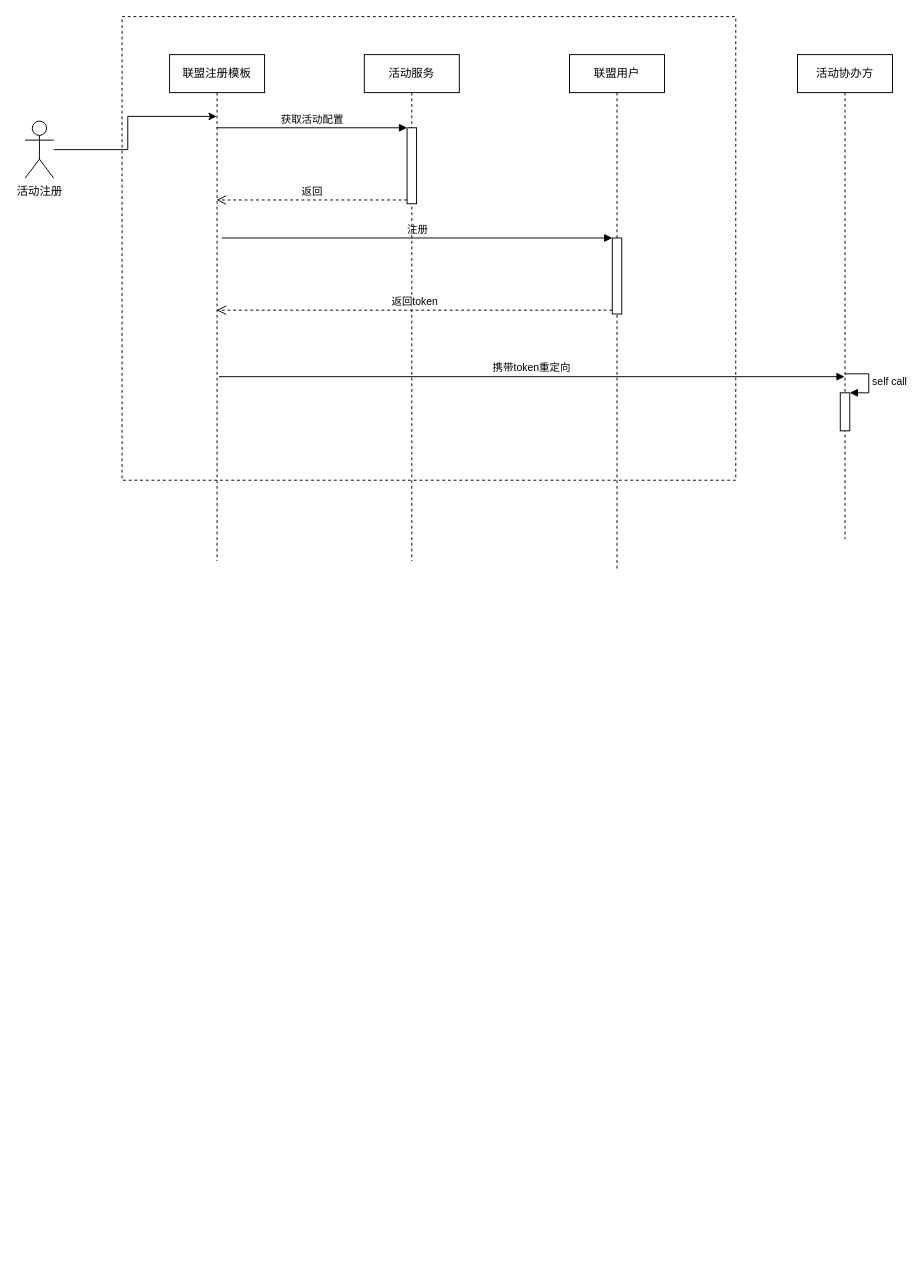
Earlier version of the draw.io diagram partner integretion.drawio (wuqh/draw). Source tidied: cells renumbered, new cells numbered last; positions are measured from the earlier drawing's top-left corner, leaving out a move shared by most shapes. Both pictures are drawn from the tidied source at 95%, with x=0, y=0 at pixel (25, 16).
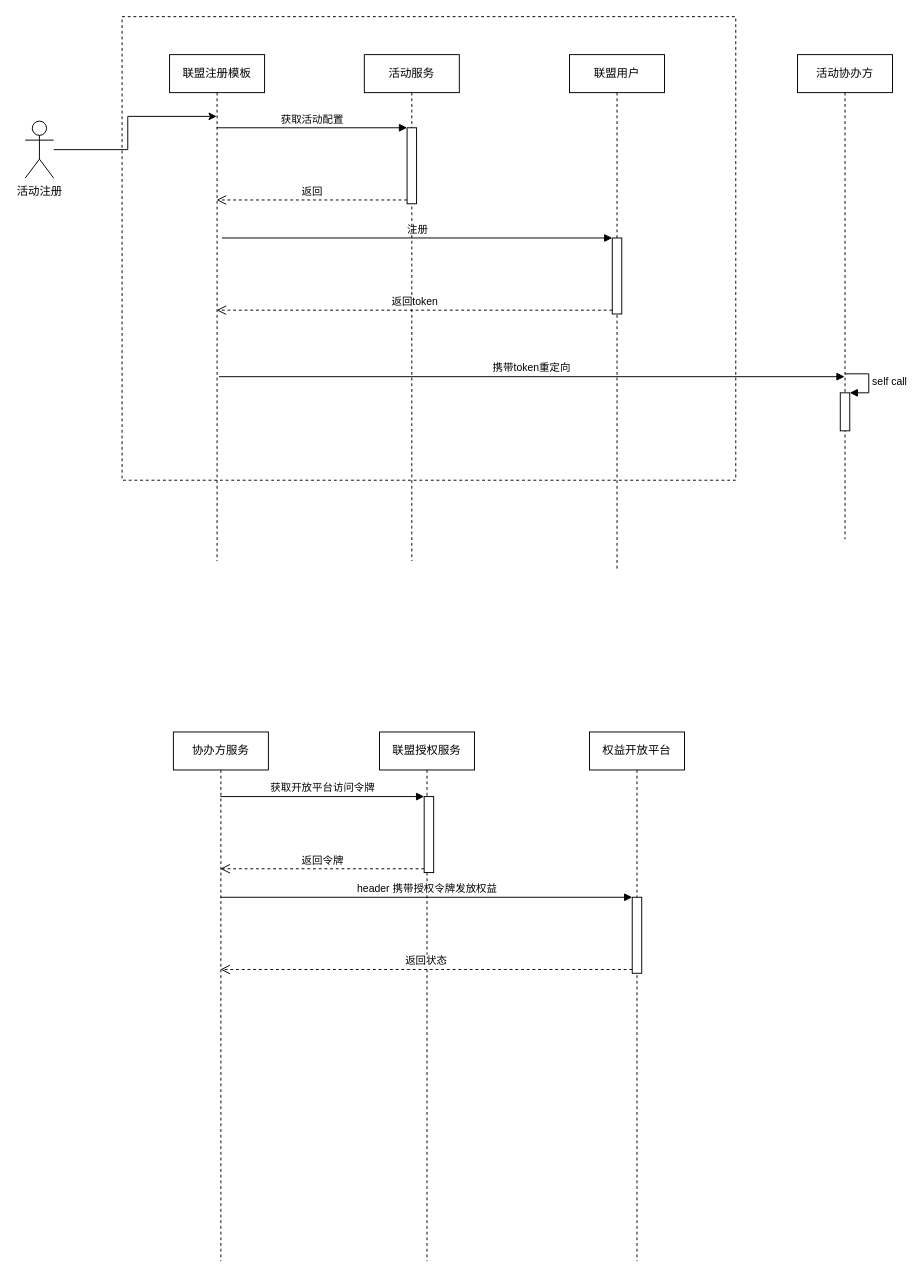
After the change.

What changed in the source:
```diff
@@
+    <mxCell id="18" value="协办方服务" style="shape=umlLifeline;perimeter=lifelinePerimeter;whiteSpace=wrap;html=1;outlineConnect=0;" parent="1" vertex="1">
+      <mxGeometry x="156" y="753" width="100" height="557" as="geometry" />
+    </mxCell>
+    <mxCell id="19" value="联盟授权服务" style="shape=umlLifeline;perimeter=lifelinePerimeter;whiteSpace=wrap;html=1;" parent="1" vertex="1">
+      <mxGeometry x="373" y="753" width="100" height="557" as="geometry" />
+    </mxCell>
+    <mxCell id="20" style="html=1;points=[];perimeter=orthogonalPerimeter;" parent="19" vertex="1">
+      <mxGeometry x="47" y="68" width="10" height="80" as="geometry" />
+    </mxCell>
+    <mxCell id="21" value="权益开放平台" style="shape=umlLifeline;perimeter=lifelinePerimeter;whiteSpace=wrap;html=1;" parent="1" vertex="1">
+      <mxGeometry x="594" y="753" width="100" height="557" as="geometry" />
+    </mxCell>
+    <mxCell id="22" style="html=1;points=[];perimeter=orthogonalPerimeter;" parent="21" vertex="1">
+      <mxGeometry x="45" y="174" width="10" height="80" as="geometry" />
+    </mxCell>
+    <mxCell id="23" value="获取开放平台访问令牌" style="html=1;verticalAlign=bottom;endArrow=block;entryX=0;entryY=0;" parent="1" edge="1" source="18" target="20">
+      <mxGeometry relative="1" as="geometry" />
+    </mxCell>
+    <mxCell id="24" value="返回令牌" style="html=1;verticalAlign=bottom;endArrow=open;dashed=1;endSize=8;exitX=0;exitY=0.95;" parent="1" edge="1" source="20" target="18">
+      <mxGeometry relative="1" as="geometry" />
+    </mxCell>
+    <mxCell id="25" value="header 携带授权令牌发放权益" style="html=1;verticalAlign=bottom;endArrow=block;entryX=0;entryY=0;" parent="1" edge="1" source="18" target="22">
+      <mxGeometry relative="1" as="geometry" />
+    </mxCell>
+    <mxCell id="26" value="返回状态" style="html=1;verticalAlign=bottom;endArrow=open;dashed=1;endSize=8;exitX=0;exitY=0.95;" parent="1" edge="1" source="22" target="18">
+      <mxGeometry relative="1" as="geometry" />
+    </mxCell>
```
